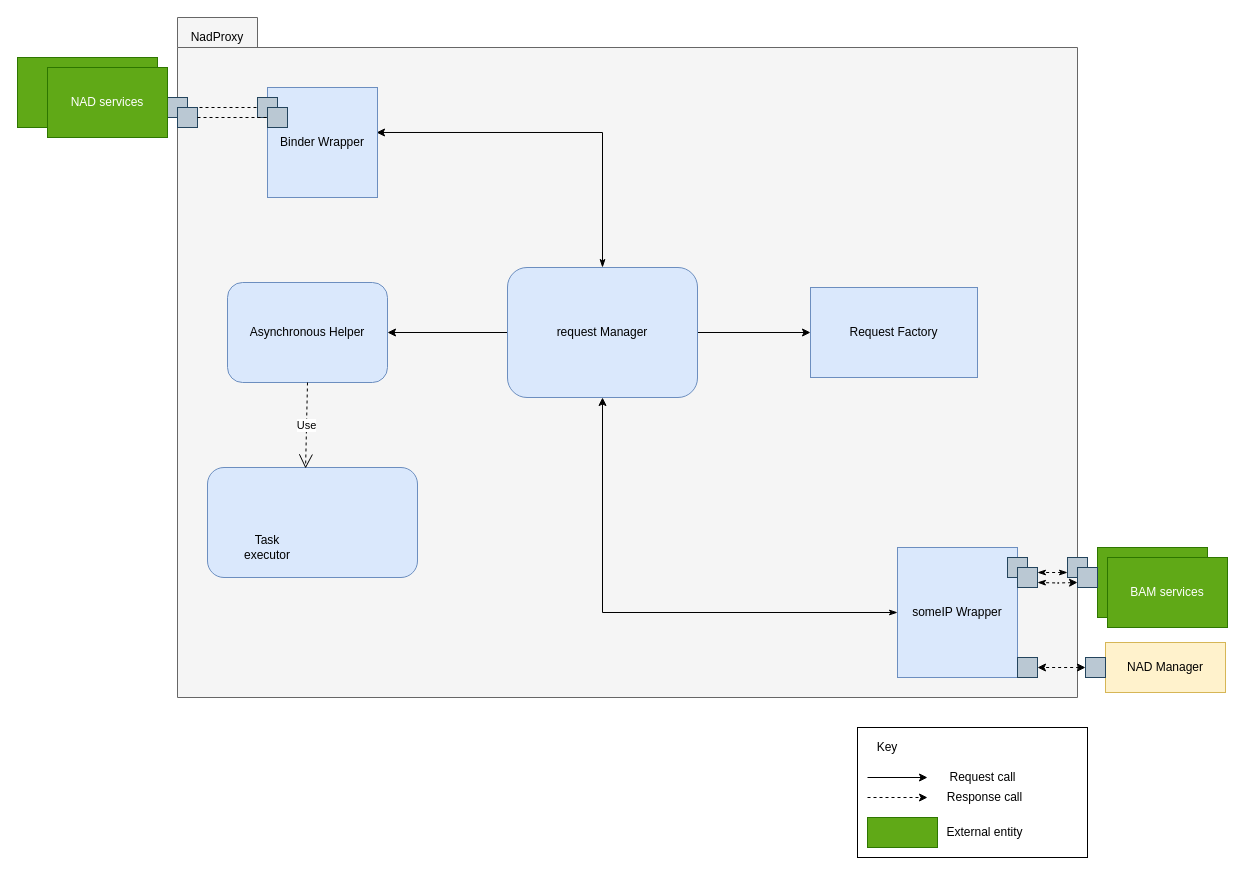
Earlier version of the draw.io diagram page "dynamic_HL" (4 of 4) of doc/SA cert/Design/nadproxy.drawio (taikt/codefun). Source tidied: cells renumbered, new cells numbered last; positions are measured from the earlier drawing's top-left corner, leaving out a move shared by most shapes. Both pictures are drawn from the tidied source at 100%, with x=0, y=0 at pixel (17, 17).
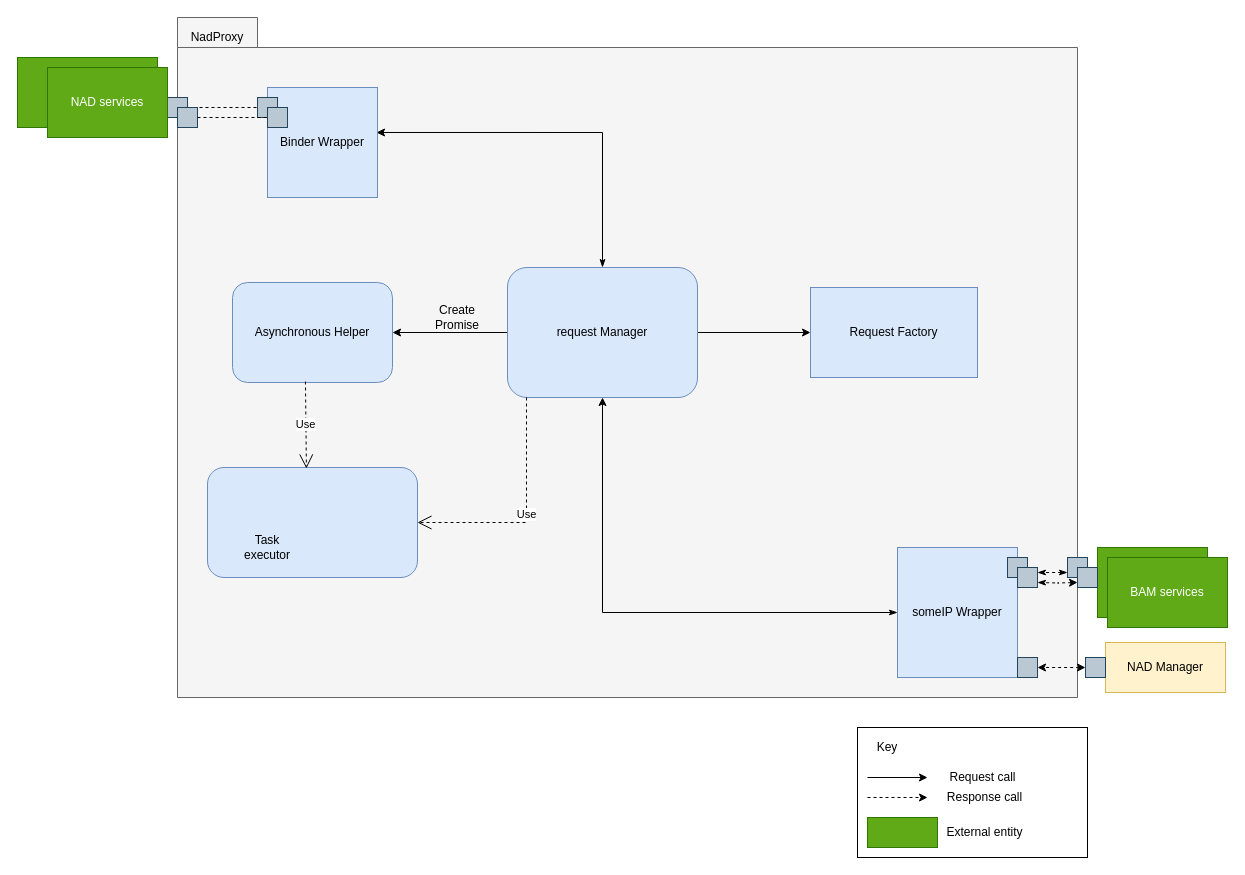
The same page after the edit.

Unchanged cells that the change refers to:
```xml
<mxCell id="12" value="request Manager" style="rounded=1;whiteSpace=wrap;html=1;fillColor=#dae8fc;strokeColor=#6c8ebf;" parent="1" vertex="1">
  <mxGeometry x="490" y="250" width="190" height="130" as="geometry" />
</mxCell>
<mxCell id="14" style="rounded=1;whiteSpace=wrap;html=1;fillColor=#dae8fc;strokeColor=#6c8ebf;" parent="1" vertex="1">
  <mxGeometry x="190" y="450" width="210" height="110" as="geometry" />
</mxCell>
```

The edit, as a diff of the source:
```diff
@@
     <mxCell id="16" value="Asynchronous Helper" style="rounded=1;whiteSpace=wrap;html=1;fillColor=#dae8fc;strokeColor=#6c8ebf;" parent="1" vertex="1">
-      <mxGeometry x="210" y="265" width="160" height="100" as="geometry" />
+      <mxGeometry x="215" y="265" width="160" height="100" as="geometry" />
     </mxCell>
@@
-    <mxCell id="40" value="Use" style="endArrow=open;endSize=12;dashed=1;html=1;rounded=0;exitX=0.5;exitY=1;exitDx=0;exitDy=0;entryX=0.467;entryY=0.009;entryDx=0;entryDy=0;entryPerimeter=0;" parent="1" edge="1" source="16" target="14">
+    <mxCell id="40" value="Use" style="endArrow=open;endSize=12;dashed=1;html=1;rounded=0;exitX=0.456;exitY=0.99;exitDx=0;exitDy=0;entryX=0.471;entryY=0.009;entryDx=0;entryDy=0;entryPerimeter=0;exitPerimeter=0;" parent="1" edge="1" source="16" target="14">
       <mxGeometry relative="1" as="geometry" />
     </mxCell>
@@
+    <mxCell id="45" value="Create Promise" style="text;html=1;strokeColor=none;fillColor=none;align=center;verticalAlign=middle;whiteSpace=wrap;rounded=0;" parent="1" vertex="1">
+      <mxGeometry x="420" y="290" width="40" height="20" as="geometry" />
+    </mxCell>
+    <mxCell id="46" value="Use" style="endArrow=open;endSize=12;dashed=1;html=1;rounded=0;exitX=0.1;exitY=1;exitDx=0;exitDy=0;entryX=1;entryY=0.5;entryDx=0;entryDy=0;exitPerimeter=0;" parent="1" edge="1" source="12" target="14">
+      <mxGeometry relative="1" as="geometry">
+        <Array as="points">
+          <mxPoint x="509" y="505" />
+        </Array>
+      </mxGeometry>
+    </mxCell>
```
